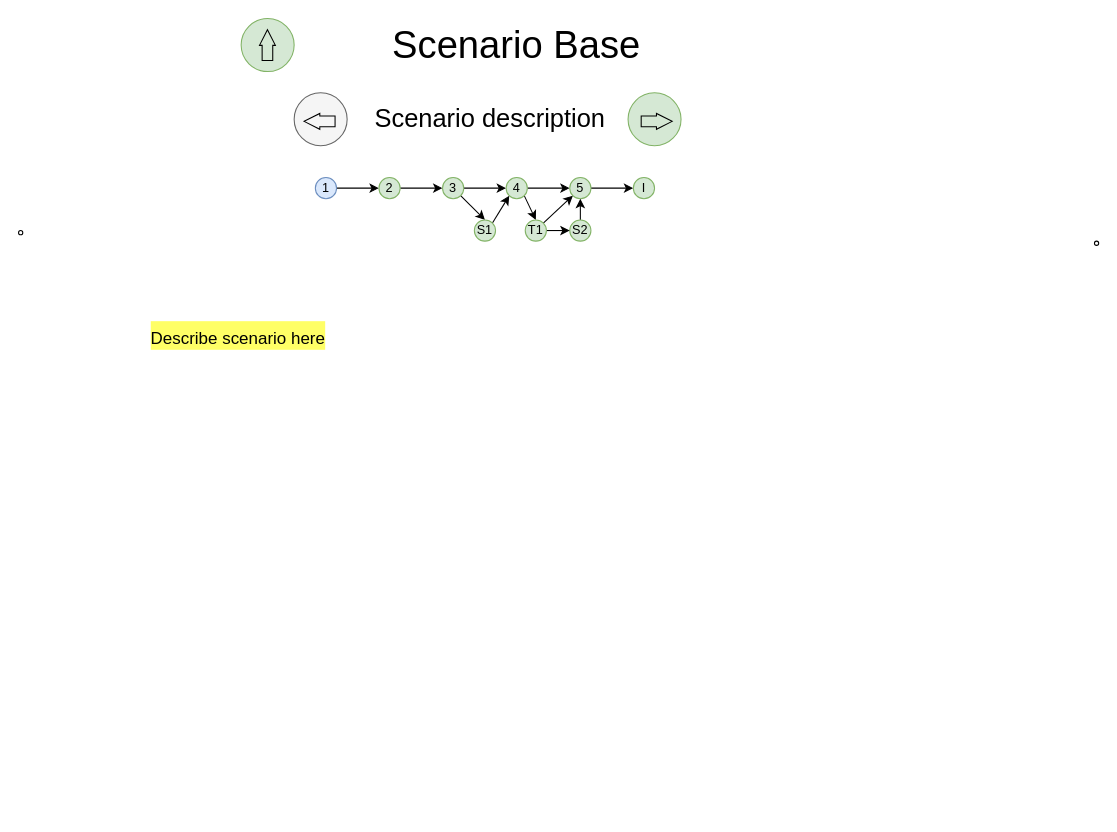
The draw.io diagram page "1" (1 of 9) of spec/BaseScenario.drawio in Pruvendo/hipo-wallet, before the edit. Source tidied: cells renumbered, new cells numbered last; positions are measured from the earlier drawing's top-left corner, leaving out a move shared by most shapes. Both pictures are drawn from the tidied source at 106%, with x=0, y=0 at pixel (18, 18).
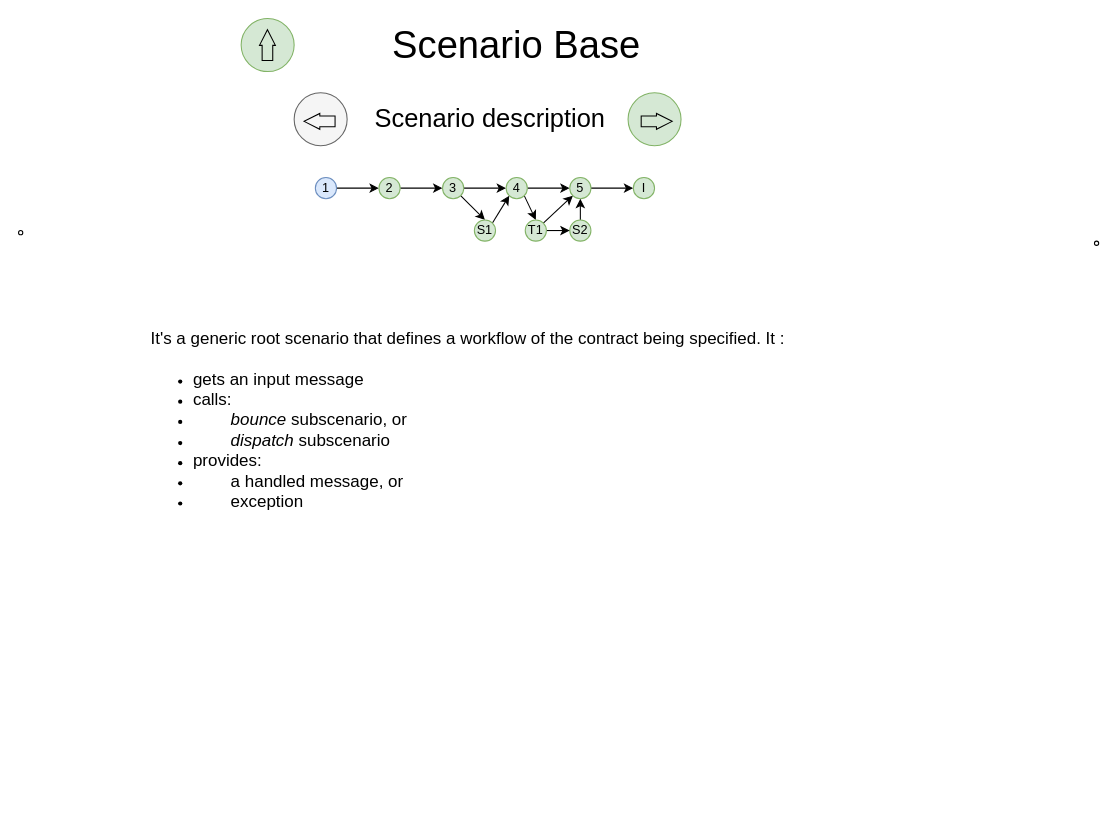
Above is the later version.

Commit message (it also covers changes not shown here):
First scenario is ready

Diff of the diagram source:
```diff
@@
-    <mxCell id="4" value="&lt;h1&gt;&lt;span style=&quot;background-color: rgb(255, 255, 102); font-weight: normal;&quot;&gt;&lt;font style=&quot;font-size: 16px;&quot;&gt;Describe scenario here&lt;/font&gt;&lt;/span&gt;&lt;/h1&gt;" style="text;html=1;strokeColor=none;fillColor=none;spacing=5;spacingTop=-20;whiteSpace=wrap;overflow=hidden;rounded=0;" parent="1" vertex="1">
+    <mxCell id="4" value="&lt;h1&gt;&lt;span style=&quot;font-weight: normal;&quot;&gt;&lt;font style=&quot;font-size: 16px;&quot;&gt;It's a generic root scenario that defines a workflow of the contract being specified. It :&lt;/font&gt;&lt;/span&gt;&lt;/h1&gt;&lt;div&gt;&lt;ul&gt;&lt;li&gt;&lt;span style=&quot;font-weight: normal;&quot;&gt;&lt;font style=&quot;font-size: 16px;&quot;&gt;gets an input message&lt;/font&gt;&lt;/span&gt;&lt;/li&gt;&lt;li&gt;&lt;span style=&quot;font-weight: normal;&quot;&gt;&lt;font style=&quot;font-size: 16px;&quot;&gt;calls:&lt;/font&gt;&lt;/span&gt;&lt;/li&gt;&lt;li&gt;&lt;span style=&quot;font-weight: normal;&quot;&gt;&lt;font style=&quot;font-size: 16px;&quot;&gt;&lt;span style=&quot;white-space: pre;&quot;&gt;&#9;&lt;/span&gt;&lt;i&gt;bounce&lt;/i&gt; subscenario, or&lt;br&gt;&lt;/font&gt;&lt;/span&gt;&lt;/li&gt;&lt;li&gt;&lt;span style=&quot;font-weight: normal;&quot;&gt;&lt;font style=&quot;font-size: 16px;&quot;&gt;&lt;span style=&quot;white-space: pre;&quot;&gt;&#9;&lt;/span&gt;&lt;i&gt;dispatch&lt;/i&gt; subscenario&lt;br&gt;&lt;/font&gt;&lt;/span&gt;&lt;/li&gt;&lt;li&gt;&lt;span style=&quot;font-weight: normal;&quot;&gt;&lt;font style=&quot;font-size: 16px;&quot;&gt;provides:&lt;/font&gt;&lt;/span&gt;&lt;/li&gt;&lt;li&gt;&lt;span style=&quot;font-weight: normal;&quot;&gt;&lt;font style=&quot;font-size: 16px;&quot;&gt;&lt;span style=&quot;white-space: pre;&quot;&gt;&#9;&lt;/span&gt;a handled message, or&lt;br&gt;&lt;/font&gt;&lt;/span&gt;&lt;/li&gt;&lt;li&gt;&lt;span style=&quot;font-weight: normal;&quot;&gt;&lt;font style=&quot;font-size: 16px;&quot;&gt;&lt;span style=&quot;white-space: pre;&quot;&gt;&#9;&lt;/span&gt;exception&lt;br&gt;&lt;/font&gt;&lt;/span&gt;&lt;/li&gt;&lt;/ul&gt;&lt;/div&gt;" style="text;html=1;strokeColor=none;fillColor=none;spacing=5;spacingTop=-20;whiteSpace=wrap;overflow=hidden;rounded=0;" parent="1" vertex="1">
       <mxGeometry x="120" y="280" width="660" height="470" as="geometry" />
     </mxCell>
```
